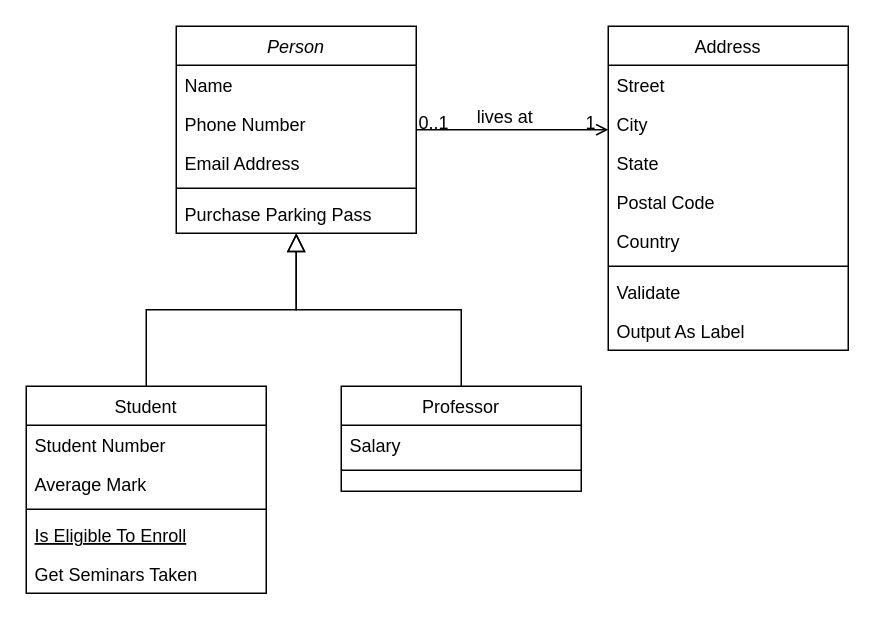
iHaveNoKnowledge/Python keeps this draw.io diagram as projects/auto_page/autopageMKII/design/functions/TrackingManager.drawio. Above is the earlier version. Source tidied: cells renumbered, new cells numbered last; positions are measured from the earlier drawing's top-left corner, leaving out a move shared by most shapes. Both pictures are drawn from the tidied source at 150%, with x=0, y=0 at pixel (26, 26).
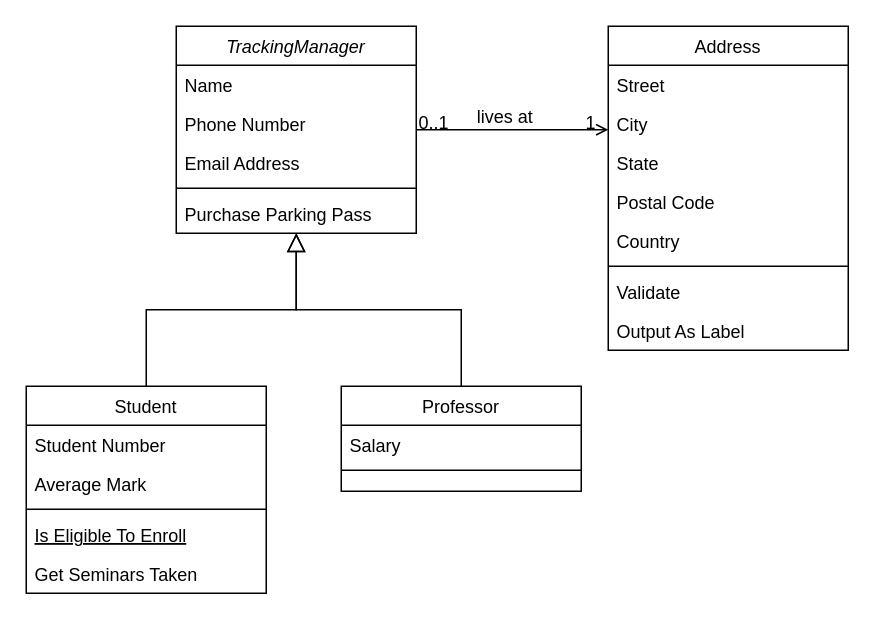
Above is the later version.

Change to the diagram source:
```diff
@@
-    <mxCell id="2" value="Person" style="swimlane;fontStyle=2;align=center;verticalAlign=top;horizontal=1;startSize=26;rounded=0;shadow=0;strokeWidth=1;" parent="1" vertex="1">
+    <mxCell id="2" value="TrackingManager" style="swimlane;fontStyle=2;align=center;verticalAlign=top;horizontal=1;startSize=26;rounded=0;shadow=0;strokeWidth=1;" parent="1" vertex="1">
       <mxGeometry x="100" width="160" height="138" as="geometry" />
     </mxCell>
```
